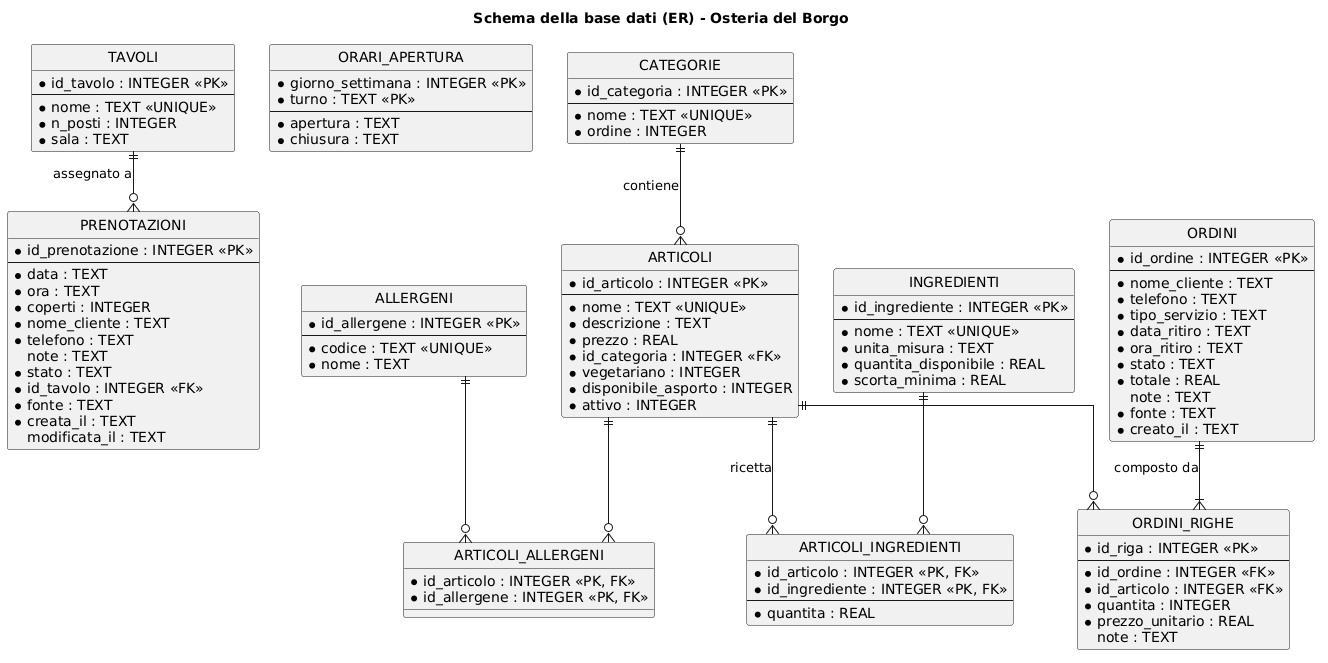
Above: docs/diagrammi/er.png in Gabrymarg/Gabrymarg-AI-MCP (PlantUML), before the change.
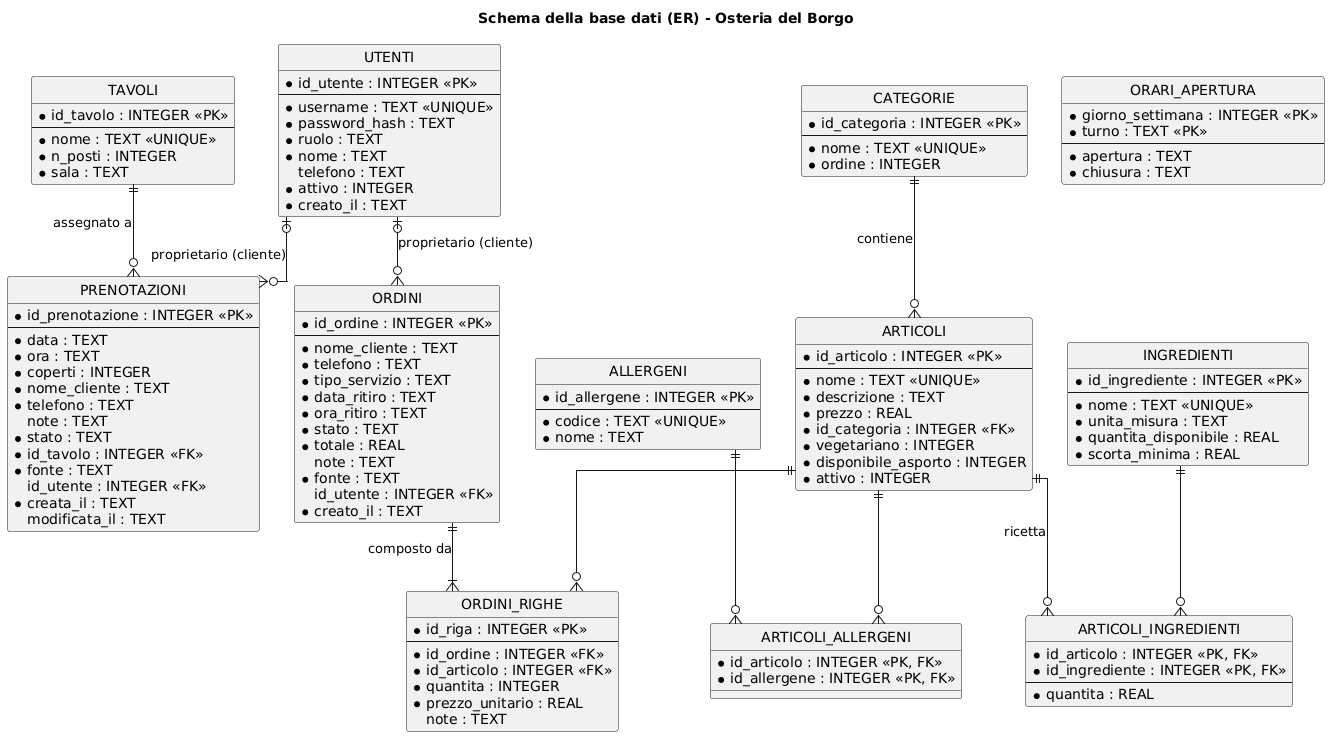
Later version of the same file.

Change to the diagram source:
```diff
@@ -3,6 +3,18 @@
 skinparam shadowing false
 hide circle
 skinparam linetype ortho
+
+entity UTENTI {
+  * id_utente : INTEGER <<PK>>
+  --
+  * username : TEXT <<UNIQUE>>
+  * password_hash : TEXT
+  * ruolo : TEXT
+  * nome : TEXT
+  telefono : TEXT
+  * attivo : INTEGER
+  * creato_il : TEXT
+}
 
 entity TAVOLI {
   * id_tavolo : INTEGER <<PK>>
@@ -32,6 +44,7 @@
   * stato : TEXT
   * id_tavolo : INTEGER <<FK>>
   * fonte : TEXT
+  id_utente : INTEGER <<FK>>
   * creata_il : TEXT
   modificata_il : TEXT
 }
@@ -95,6 +108,7 @@
   * totale : REAL
   note : TEXT
   * fonte : TEXT
+  id_utente : INTEGER <<FK>>
   * creato_il : TEXT
 }
 
@@ -108,6 +122,8 @@
   note : TEXT
 }
 
+UTENTI |o--o{ PRENOTAZIONI : "proprietario (cliente)"
+UTENTI |o--o{ ORDINI : "proprietario (cliente)"
 TAVOLI ||--o{ PRENOTAZIONI : "assegnato a"
 CATEGORIE ||--o{ ARTICOLI : "contiene"
 ARTICOLI ||--o{ ARTICOLI_ALLERGENI
```
